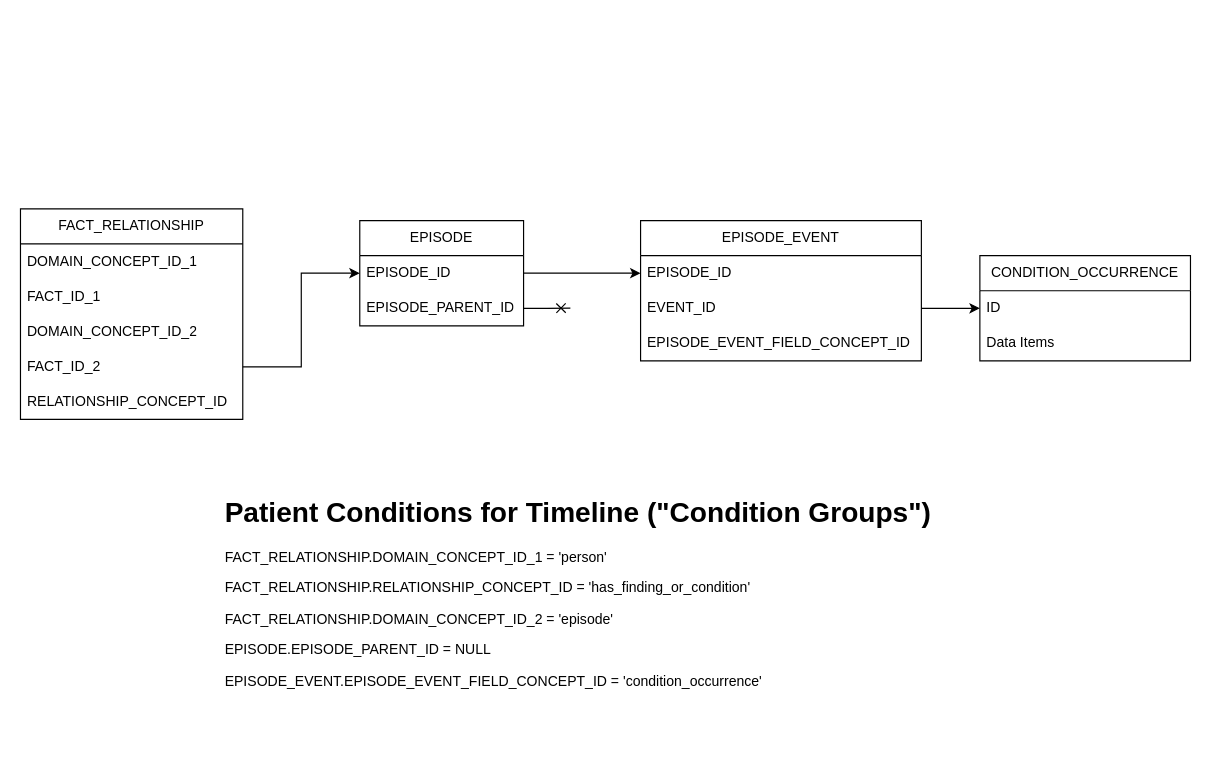
This is page "Condition Groups CO" (1 of 8) of R21 PSKB Usage of OMOP tables.drawio from ntimkovich/UAB-II-Diagrams, a draw.io file, before an edit. Source tidied: cells renumbered, new cells numbered last; positions are measured from the earlier drawing's top-left corner, leaving out a move shared by most shapes. Both pictures are drawn from the tidied source at 117%, with x=0, y=0 at pixel (20, 208).
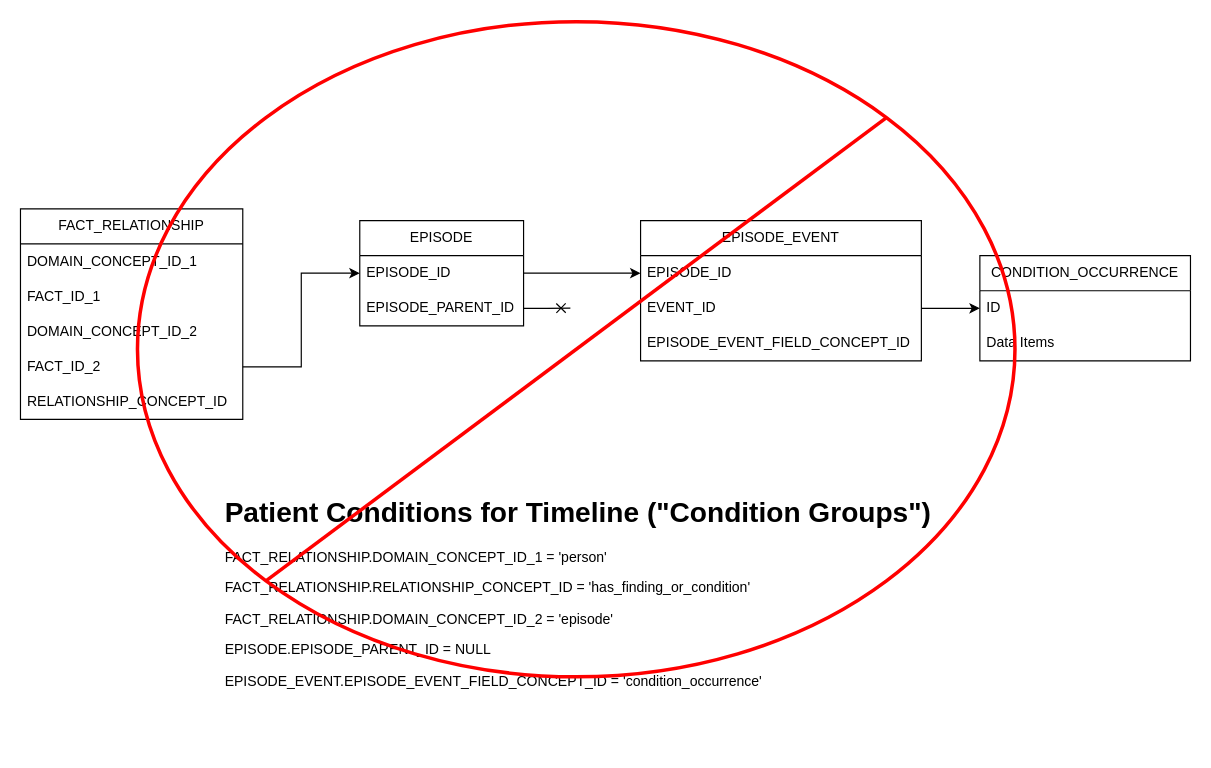
After the change.

Change to the diagram source:
```diff
@@
+    <mxCell id="23" style="ellipse;whiteSpace=wrap;html=1;fillColor=none;strokeColor=#FF0000;strokeWidth=3;" parent="1" vertex="1">
+      <mxGeometry x="100" y="-160" width="750" height="560" as="geometry" />
+    </mxCell>
+    <mxCell id="24" style="endArrow=none;html=1;rounded=0;entryX=1;entryY=0;entryDx=0;entryDy=0;exitX=0;exitY=1;exitDx=0;exitDy=0;strokeColor=#FF0000;strokeWidth=3;" parent="1" edge="1" source="23" target="23">
+      <mxGeometry relative="1" as="geometry" />
+    </mxCell>
```
